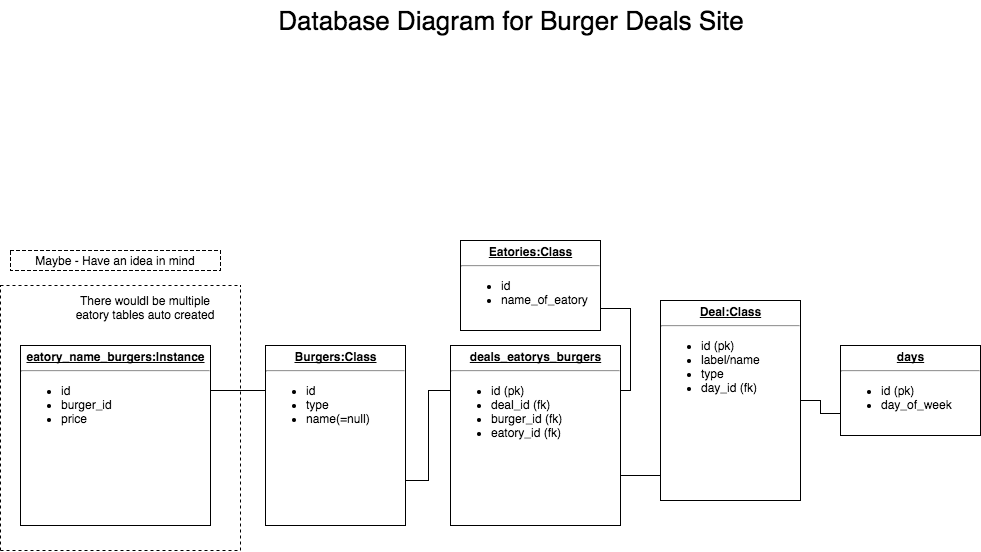
Before: planning/diagrams/database_diagram_burger_deals.png, a diagram exported from draw.io (dinhosang/cc_project_1_burger_deals). Source tidied: cells renumbered, new cells last; positions are measured from the earlier drawing's top-left corner, leaving out a move shared by most shapes. Source of this version:
```xml
<mxGraphModel background="#ffffff">
  <root>
    <mxCell id="0" />
    <mxCell id="1" parent="0" />
    <mxCell id="2" value="&lt;p style=&quot;margin: 0px ; margin-top: 4px ; text-align: center ; text-decoration: underline&quot;&gt;&lt;b&gt;eatory_name_burgers:Instance&lt;/b&gt;&lt;/p&gt;&lt;hr&gt;&lt;p style=&quot;margin: 0px ; margin-left: 8px&quot;&gt;&lt;/p&gt;&lt;ul&gt;&lt;li&gt;&lt;span style=&quot;font-size: 12px&quot;&gt;id&lt;/span&gt;&lt;/li&gt;&lt;li&gt;burger_id&lt;/li&gt;&lt;li&gt;price&lt;/li&gt;&lt;/ul&gt;&lt;p&gt;&lt;/p&gt;" style="verticalAlign=top;align=left;overflow=fill;fontSize=12;fontFamily=Helvetica;html=1;rounded=0;shadow=0;comic=0;labelBackgroundColor=none;strokeColor=#000000;strokeWidth=1;fillColor=#ffffff;" parent="1" vertex="1">
      <mxGeometry x="20" y="345" width="190" height="180" as="geometry" />
    </mxCell>
    <mxCell id="3" style="edgeStyle=orthogonalEdgeStyle;rounded=0;html=1;exitX=0;exitY=0.25;entryX=1;entryY=0.25;labelBackgroundColor=none;endArrow=none;endFill=0;endSize=8;fontFamily=Verdana;fontSize=12;align=left;" parent="1" edge="1" source="4" target="2">
      <mxGeometry relative="1" as="geometry" />
    </mxCell>
    <mxCell id="4" value="&lt;p style=&quot;text-align: center ; margin: 4px 0px 0px ; text-decoration: underline&quot;&gt;&lt;b&gt;Burgers:Class&lt;/b&gt;&lt;/p&gt;&lt;hr&gt;&lt;p style=&quot;margin: 0px ; margin-left: 8px&quot;&gt;&lt;/p&gt;&lt;ul&gt;&lt;li&gt;&lt;span style=&quot;font-size: 12px&quot;&gt;id&lt;/span&gt;&lt;/li&gt;&lt;li&gt;&lt;span style=&quot;font-size: 12px&quot;&gt;type&lt;/span&gt;&lt;/li&gt;&lt;li&gt;&lt;span style=&quot;font-size: 12px&quot;&gt;name(=null)&lt;/span&gt;&lt;/li&gt;&lt;/ul&gt;&lt;p&gt;&lt;/p&gt;" style="verticalAlign=top;align=left;overflow=fill;fontSize=12;fontFamily=Helvetica;html=1;rounded=0;shadow=0;comic=0;labelBackgroundColor=none;strokeColor=#000000;strokeWidth=1;fillColor=#ffffff;" parent="1" vertex="1">
      <mxGeometry x="265" y="345" width="140" height="180" as="geometry" />
    </mxCell>
    <mxCell id="5" value="&lt;p style=&quot;margin: 0px ; margin-top: 4px ; text-align: center ; text-decoration: underline&quot;&gt;&lt;b&gt;Eatories:Class&lt;/b&gt;&lt;/p&gt;&lt;hr&gt;&lt;p style=&quot;margin: 0px ; margin-left: 8px&quot;&gt;&lt;ul&gt;&lt;li&gt;&lt;span style=&quot;font-size: 12px&quot;&gt;id&lt;/span&gt;&lt;/li&gt;&lt;li&gt;&lt;span style=&quot;font-size: 12px&quot;&gt;name_of_eatory&lt;/span&gt;&lt;/li&gt;&lt;/ul&gt;&lt;/p&gt;" style="verticalAlign=top;align=left;overflow=fill;fontSize=12;fontFamily=Helvetica;html=1;rounded=0;shadow=0;comic=0;labelBackgroundColor=none;strokeColor=#000000;strokeWidth=1;fillColor=#ffffff;" parent="1" vertex="1">
      <mxGeometry x="460" y="240" width="140" height="90" as="geometry" />
    </mxCell>
    <mxCell id="6" style="edgeStyle=orthogonalEdgeStyle;rounded=0;html=1;exitX=1;exitY=0.5;entryX=0;entryY=0.75;labelBackgroundColor=none;endArrow=none;endFill=0;endSize=8;fontFamily=Verdana;fontSize=12;align=left;" parent="1" edge="1" source="9" target="11">
      <mxGeometry relative="1" as="geometry">
        <Array as="points">
          <mxPoint x="515" y="505" />
          <mxPoint x="515" y="475" />
        </Array>
      </mxGeometry>
    </mxCell>
    <mxCell id="7" style="edgeStyle=orthogonalEdgeStyle;rounded=0;html=1;exitX=1;exitY=0.25;entryX=1;entryY=0.75;labelBackgroundColor=none;endArrow=none;endFill=0;endSize=8;fontFamily=Verdana;fontSize=12;align=left;" parent="1" edge="1" source="9" target="5">
      <mxGeometry relative="1" as="geometry" />
    </mxCell>
    <mxCell id="8" style="edgeStyle=orthogonalEdgeStyle;rounded=0;html=1;exitX=0;exitY=0.25;entryX=1;entryY=0.75;labelBackgroundColor=none;endArrow=none;endFill=0;endSize=8;fontFamily=Verdana;fontSize=12;align=left;" parent="1" edge="1" source="9" target="4">
      <mxGeometry relative="1" as="geometry" />
    </mxCell>
    <mxCell id="9" value="&lt;p style=&quot;margin: 0px ; margin-top: 4px ; text-align: center ; text-decoration: underline&quot;&gt;&lt;b&gt;deals_eatorys_burgers&lt;/b&gt;&lt;/p&gt;&lt;hr&gt;&lt;p style=&quot;margin: 0px ; margin-left: 8px&quot;&gt;&lt;ul&gt;&lt;li&gt;&lt;span style=&quot;font-size: 12px&quot;&gt;id (pk)&lt;/span&gt;&lt;/li&gt;&lt;li&gt;&lt;span style=&quot;font-size: 12px&quot;&gt;deal_id (fk)&lt;/span&gt;&lt;/li&gt;&lt;li&gt;&lt;span style=&quot;font-size: 12px&quot;&gt;burger_id (fk)&lt;/span&gt;&lt;/li&gt;&lt;li&gt;&lt;span style=&quot;font-size: 12px&quot;&gt;eatory_id (fk)&lt;/span&gt;&lt;/li&gt;&lt;/ul&gt;&lt;/p&gt;" style="verticalAlign=top;align=left;overflow=fill;fontSize=12;fontFamily=Helvetica;html=1;rounded=0;shadow=0;comic=0;labelBackgroundColor=none;strokeColor=#000000;strokeWidth=1;fillColor=#ffffff;" parent="1" vertex="1">
      <mxGeometry x="450" y="345" width="170" height="180" as="geometry" />
    </mxCell>
    <mxCell id="10" style="edgeStyle=orthogonalEdgeStyle;rounded=0;html=1;exitX=1;exitY=0.5;entryX=0;entryY=0.75;labelBackgroundColor=none;endArrow=none;endFill=0;endSize=8;fontFamily=Verdana;fontSize=12;align=left;" parent="1" edge="1" source="11" target="12">
      <mxGeometry relative="1" as="geometry" />
    </mxCell>
    <mxCell id="11" value="&lt;p style=&quot;margin: 0px ; margin-top: 4px ; text-align: center ; text-decoration: underline&quot;&gt;&lt;b&gt;Deal:Class&lt;/b&gt;&lt;/p&gt;&lt;hr&gt;&lt;p style=&quot;margin: 0px ; margin-left: 8px&quot;&gt;&lt;/p&gt;&lt;ul&gt;&lt;li&gt;&lt;span style=&quot;font-size: 12px&quot;&gt;id (pk)&lt;/span&gt;&lt;/li&gt;&lt;li&gt;label/name&lt;/li&gt;&lt;li&gt;type&lt;/li&gt;&lt;li&gt;day_id (fk)&lt;/li&gt;&lt;/ul&gt;&lt;p&gt;&lt;/p&gt;" style="verticalAlign=top;align=left;overflow=fill;fontSize=12;fontFamily=Helvetica;html=1;rounded=0;shadow=0;comic=0;labelBackgroundColor=none;strokeColor=#000000;strokeWidth=1;fillColor=#ffffff;" parent="1" vertex="1">
      <mxGeometry x="660" y="300" width="140" height="200" as="geometry" />
    </mxCell>
    <mxCell id="12" value="&lt;p style=&quot;margin: 0px ; margin-top: 4px ; text-align: center ; text-decoration: underline&quot;&gt;&lt;b&gt;days&lt;/b&gt;&lt;/p&gt;&lt;hr&gt;&lt;p style=&quot;margin: 0px ; margin-left: 8px&quot;&gt;&lt;/p&gt;&lt;ul&gt;&lt;li&gt;&lt;span style=&quot;font-size: 12px&quot;&gt;id (pk)&lt;/span&gt;&lt;/li&gt;&lt;li&gt;&lt;span style=&quot;font-size: 12px&quot;&gt;day_of_week&lt;/span&gt;&lt;/li&gt;&lt;/ul&gt;&lt;p&gt;&lt;/p&gt;" style="verticalAlign=top;align=left;overflow=fill;fontSize=12;fontFamily=Helvetica;html=1;rounded=0;shadow=0;comic=0;labelBackgroundColor=none;strokeColor=#000000;strokeWidth=1;fillColor=#ffffff;" parent="1" vertex="1">
      <mxGeometry x="840" y="345" width="140" height="90" as="geometry" />
    </mxCell>
    <mxCell id="13" value="&lt;font style=&quot;font-size: 26px&quot;&gt;Database Diagram for Burger Deals Site&lt;/font&gt;" style="text;html=1;strokeColor=none;fillColor=none;align=center;verticalAlign=middle;whiteSpace=wrap;rounded=0;" parent="1" vertex="1">
      <mxGeometry x="80" width="860" height="40" as="geometry" />
    </mxCell>
    <mxCell id="14" value="There wouldl be multiple eatory tables auto created" style="text;html=1;strokeColor=none;fillColor=none;align=center;verticalAlign=middle;whiteSpace=wrap;rounded=0;" parent="1" vertex="1">
      <mxGeometry x="70" y="300" width="150" height="30" as="geometry" />
    </mxCell>
    <mxCell id="15" style="endArrow=none;dashed=1;html=1;" parent="1" edge="1">
      <mxGeometry relative="1" as="geometry">
        <mxPoint y="550" as="sourcePoint" />
        <mxPoint y="285" as="targetPoint" />
      </mxGeometry>
    </mxCell>
    <mxCell id="16" style="endArrow=none;dashed=1;html=1;" parent="1" edge="1">
      <mxGeometry relative="1" as="geometry">
        <mxPoint x="240" y="550" as="sourcePoint" />
        <mxPoint x="240" y="285" as="targetPoint" />
      </mxGeometry>
    </mxCell>
    <mxCell id="17" style="endArrow=none;dashed=1;html=1;" parent="1" edge="1">
      <mxGeometry relative="1" as="geometry">
        <mxPoint y="550" as="sourcePoint" />
        <mxPoint x="240" y="550" as="targetPoint" />
      </mxGeometry>
    </mxCell>
    <mxCell id="18" style="endArrow=none;dashed=1;html=1;" parent="1" edge="1">
      <mxGeometry relative="1" as="geometry">
        <mxPoint y="285" as="sourcePoint" />
        <mxPoint x="240" y="285" as="targetPoint" />
      </mxGeometry>
    </mxCell>
    <mxCell id="19" value="Maybe - Have an idea in mind" style="text;html=1;strokeColor=#000000;fillColor=#ffffff;align=center;verticalAlign=middle;whiteSpace=wrap;rounded=0;dashed=1;" parent="1" vertex="1">
      <mxGeometry x="10" y="250" width="210" height="20" as="geometry" />
    </mxCell>
  </root>
</mxGraphModel>
```
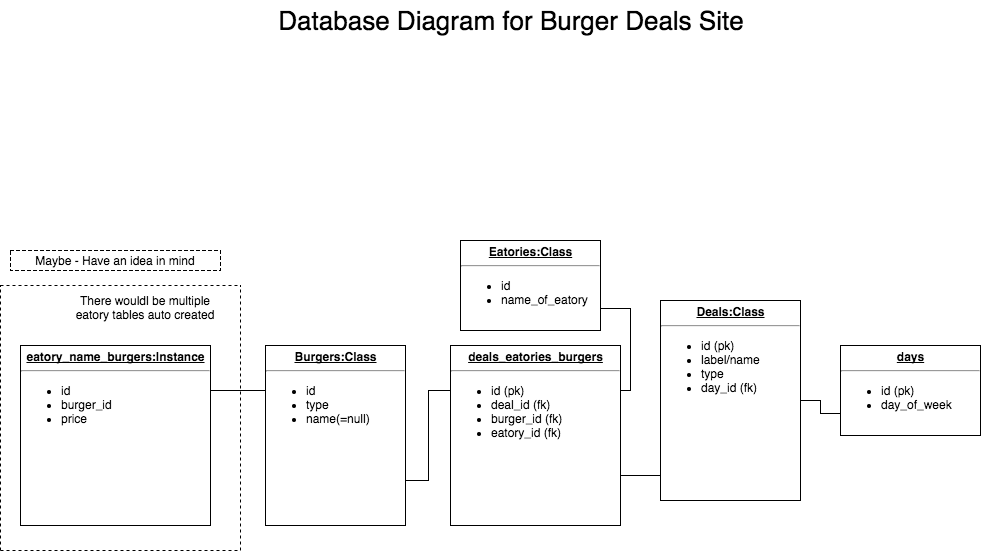
The same diagram one commit later.

What changed in the source:
```diff
@@ -28,13 +28,13 @@
     <mxCell id="8" style="edgeStyle=orthogonalEdgeStyle;rounded=0;html=1;exitX=0;exitY=0.25;entryX=1;entryY=0.75;labelBackgroundColor=none;endArrow=none;endFill=0;endSize=8;fontFamily=Verdana;fontSize=12;align=left;" parent="1" edge="1" source="9" target="4">
       <mxGeometry relative="1" as="geometry" />
     </mxCell>
-    <mxCell id="9" value="&lt;p style=&quot;margin: 0px ; margin-top: 4px ; text-align: center ; text-decoration: underline&quot;&gt;&lt;b&gt;deals_eatorys_burgers&lt;/b&gt;&lt;/p&gt;&lt;hr&gt;&lt;p style=&quot;margin: 0px ; margin-left: 8px&quot;&gt;&lt;ul&gt;&lt;li&gt;&lt;span style=&quot;font-size: 12px&quot;&gt;id (pk)&lt;/span&gt;&lt;/li&gt;&lt;li&gt;&lt;span style=&quot;font-size: 12px&quot;&gt;deal_id (fk)&lt;/span&gt;&lt;/li&gt;&lt;li&gt;&lt;span style=&quot;font-size: 12px&quot;&gt;burger_id (fk)&lt;/span&gt;&lt;/li&gt;&lt;li&gt;&lt;span style=&quot;font-size: 12px&quot;&gt;eatory_id (fk)&lt;/span&gt;&lt;/li&gt;&lt;/ul&gt;&lt;/p&gt;" style="verticalAlign=top;align=left;overflow=fill;fontSize=12;fontFamily=Helvetica;html=1;rounded=0;shadow=0;comic=0;labelBackgroundColor=none;strokeColor=#000000;strokeWidth=1;fillColor=#ffffff;" parent="1" vertex="1">
+    <mxCell id="9" value="&lt;p style=&quot;margin: 0px ; margin-top: 4px ; text-align: center ; text-decoration: underline&quot;&gt;&lt;b&gt;deals_eatories_burgers&lt;/b&gt;&lt;/p&gt;&lt;hr&gt;&lt;p style=&quot;margin: 0px ; margin-left: 8px&quot;&gt;&lt;/p&gt;&lt;ul&gt;&lt;li&gt;&lt;span style=&quot;font-size: 12px&quot;&gt;id (pk)&lt;/span&gt;&lt;/li&gt;&lt;li&gt;&lt;span style=&quot;font-size: 12px&quot;&gt;deal_id (fk)&lt;/span&gt;&lt;/li&gt;&lt;li&gt;&lt;span style=&quot;font-size: 12px&quot;&gt;burger_id (fk)&lt;/span&gt;&lt;/li&gt;&lt;li&gt;&lt;span style=&quot;font-size: 12px&quot;&gt;eatory_id (fk)&lt;/span&gt;&lt;/li&gt;&lt;/ul&gt;&lt;p&gt;&lt;/p&gt;" style="verticalAlign=top;align=left;overflow=fill;fontSize=12;fontFamily=Helvetica;html=1;rounded=0;shadow=0;comic=0;labelBackgroundColor=none;strokeColor=#000000;strokeWidth=1;fillColor=#ffffff;" parent="1" vertex="1">
       <mxGeometry x="450" y="345" width="170" height="180" as="geometry" />
     </mxCell>
     <mxCell id="10" style="edgeStyle=orthogonalEdgeStyle;rounded=0;html=1;exitX=1;exitY=0.5;entryX=0;entryY=0.75;labelBackgroundColor=none;endArrow=none;endFill=0;endSize=8;fontFamily=Verdana;fontSize=12;align=left;" parent="1" edge="1" source="11" target="12">
       <mxGeometry relative="1" as="geometry" />
     </mxCell>
-    <mxCell id="11" value="&lt;p style=&quot;margin: 0px ; margin-top: 4px ; text-align: center ; text-decoration: underline&quot;&gt;&lt;b&gt;Deal:Class&lt;/b&gt;&lt;/p&gt;&lt;hr&gt;&lt;p style=&quot;margin: 0px ; margin-left: 8px&quot;&gt;&lt;/p&gt;&lt;ul&gt;&lt;li&gt;&lt;span style=&quot;font-size: 12px&quot;&gt;id (pk)&lt;/span&gt;&lt;/li&gt;&lt;li&gt;label/name&lt;/li&gt;&lt;li&gt;type&lt;/li&gt;&lt;li&gt;day_id (fk)&lt;/li&gt;&lt;/ul&gt;&lt;p&gt;&lt;/p&gt;" style="verticalAlign=top;align=left;overflow=fill;fontSize=12;fontFamily=Helvetica;html=1;rounded=0;shadow=0;comic=0;labelBackgroundColor=none;strokeColor=#000000;strokeWidth=1;fillColor=#ffffff;" parent="1" vertex="1">
+    <mxCell id="11" value="&lt;p style=&quot;margin: 0px ; margin-top: 4px ; text-align: center ; text-decoration: underline&quot;&gt;&lt;b&gt;Deals:Class&lt;/b&gt;&lt;/p&gt;&lt;hr&gt;&lt;p style=&quot;margin: 0px ; margin-left: 8px&quot;&gt;&lt;/p&gt;&lt;ul&gt;&lt;li&gt;&lt;span style=&quot;font-size: 12px&quot;&gt;id (pk)&lt;/span&gt;&lt;/li&gt;&lt;li&gt;label/name&lt;/li&gt;&lt;li&gt;type&lt;/li&gt;&lt;li&gt;day_id (fk)&lt;/li&gt;&lt;/ul&gt;&lt;p&gt;&lt;/p&gt;" style="verticalAlign=top;align=left;overflow=fill;fontSize=12;fontFamily=Helvetica;html=1;rounded=0;shadow=0;comic=0;labelBackgroundColor=none;strokeColor=#000000;strokeWidth=1;fillColor=#ffffff;" parent="1" vertex="1">
       <mxGeometry x="660" y="300" width="140" height="200" as="geometry" />
     </mxCell>
     <mxCell id="12" value="&lt;p style=&quot;margin: 0px ; margin-top: 4px ; text-align: center ; text-decoration: underline&quot;&gt;&lt;b&gt;days&lt;/b&gt;&lt;/p&gt;&lt;hr&gt;&lt;p style=&quot;margin: 0px ; margin-left: 8px&quot;&gt;&lt;/p&gt;&lt;ul&gt;&lt;li&gt;&lt;span style=&quot;font-size: 12px&quot;&gt;id (pk)&lt;/span&gt;&lt;/li&gt;&lt;li&gt;&lt;span style=&quot;font-size: 12px&quot;&gt;day_of_week&lt;/span&gt;&lt;/li&gt;&lt;/ul&gt;&lt;p&gt;&lt;/p&gt;" style="verticalAlign=top;align=left;overflow=fill;fontSize=12;fontFamily=Helvetica;html=1;rounded=0;shadow=0;comic=0;labelBackgroundColor=none;strokeColor=#000000;strokeWidth=1;fillColor=#ffffff;" parent="1" vertex="1">
```
